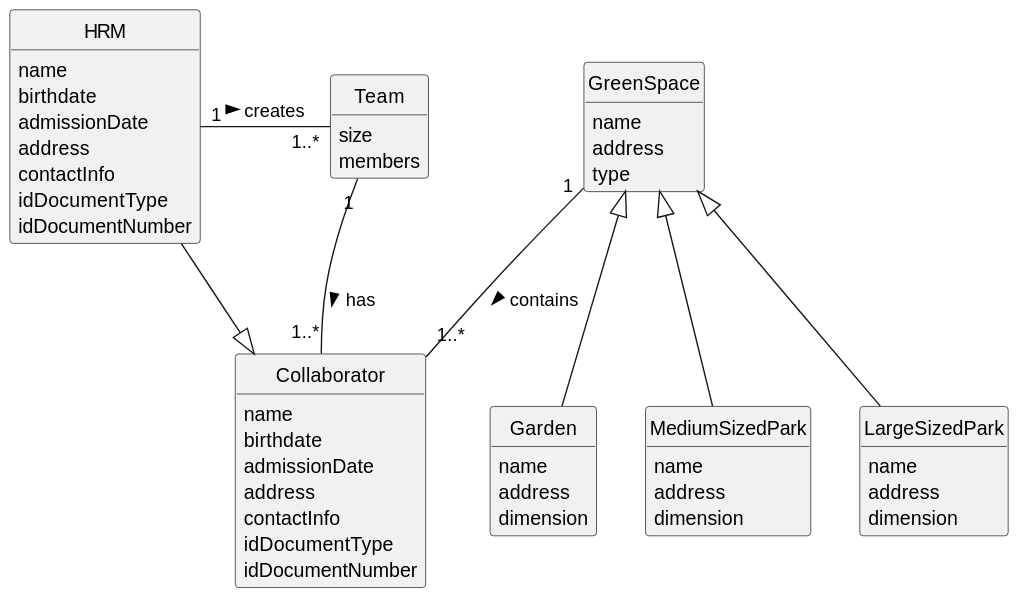
Before: docs/sprintA/us005/02.analysis/svg/us005-domain-model.svg, a diagram exported from PlantUML (diogoveirospro/lei-24-s2-1dg-g072).
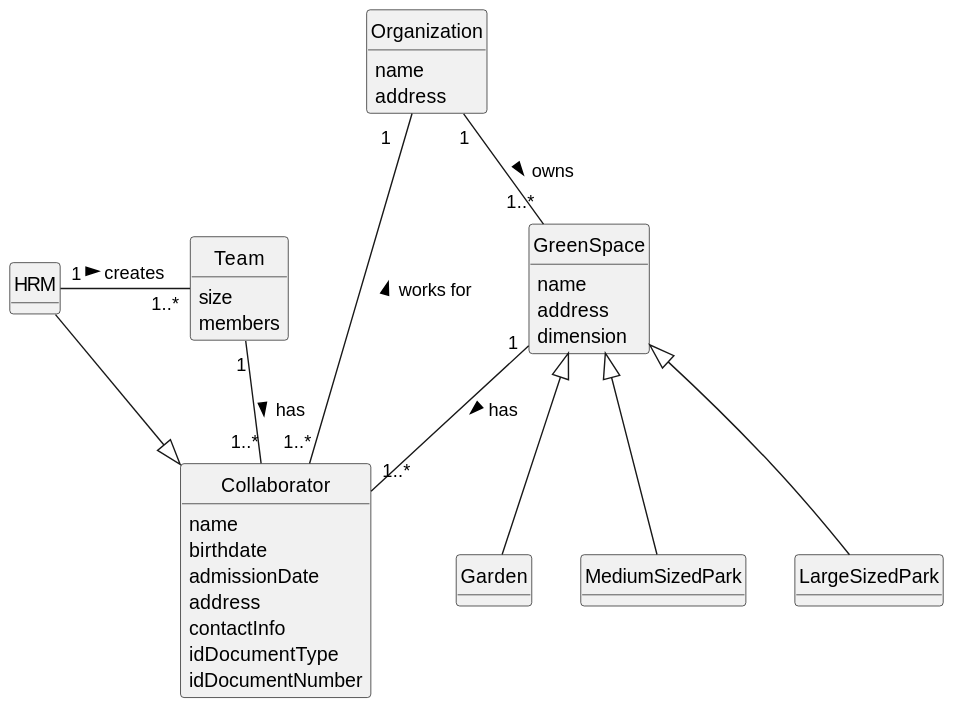
After the commit.

The edit, as a diff of the source:
```diff
@@ -11,13 +11,7 @@
 
 
 class HRM {
-     name
-     birthdate
-     admissionDate
-     address
-     contactInfo
-     idDocumentType
-     idDocumentNumber
+
  }
 
 class Team {
@@ -39,33 +33,30 @@
 class GreenSpace {
     name
     address
-    type
+    dimension
 }
 
 class Garden {
-    name
-    address
-    dimension
 }
 
 class MediumSizedPark {
-    name
-    address
-    dimension
 }
 
 class LargeSizedPark {
+}
+
+class Organization{
     name
     address
-    dimension
 }
-
 
 HRM "1" - "1..*" Team : creates >
 Collaborator <|-- HRM
 Team "1" -- "1..*" Collaborator: has >
-GreenSpace "1" -- "1..*" Collaborator: contains >
+GreenSpace "1" -- "1..*" Collaborator: has >
 GreenSpace <|-- Garden
 GreenSpace <|-- MediumSizedPark
 GreenSpace <|-- LargeSizedPark
+Organization "1" -- "1..*" GreenSpace: owns >
+Organization "1   " -- "1..*" Collaborator: works for <
 @enduml
```
